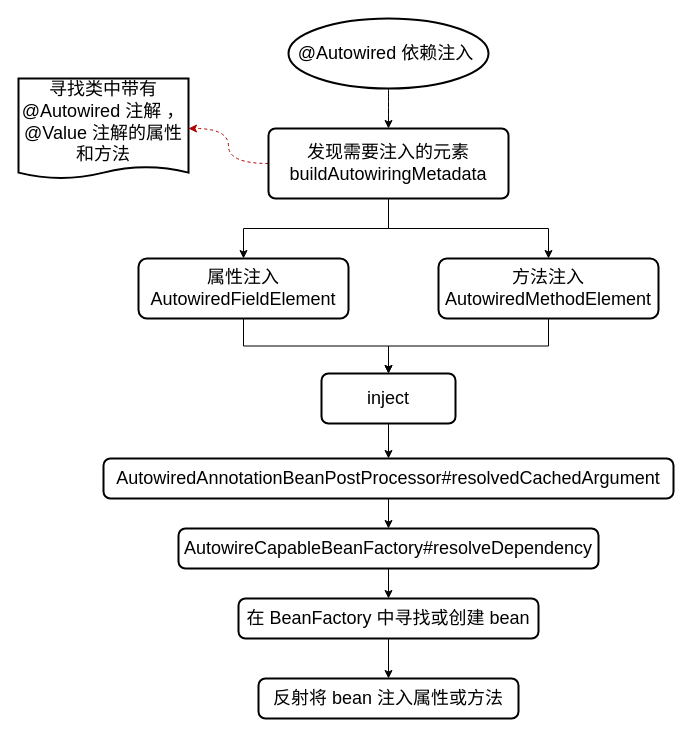
GitHeP/diagrams keeps this draw.io diagram as spring/AutowiredAnnotationBeanPostProcessor依赖注入.drawio. Above is the earlier version. Source tidied: cells renumbered, new cells numbered last; positions are measured from the earlier drawing's top-left corner, leaving out a move shared by most shapes. Both pictures are drawn from the tidied source at 100%, with x=0, y=0 at pixel (18, 18).
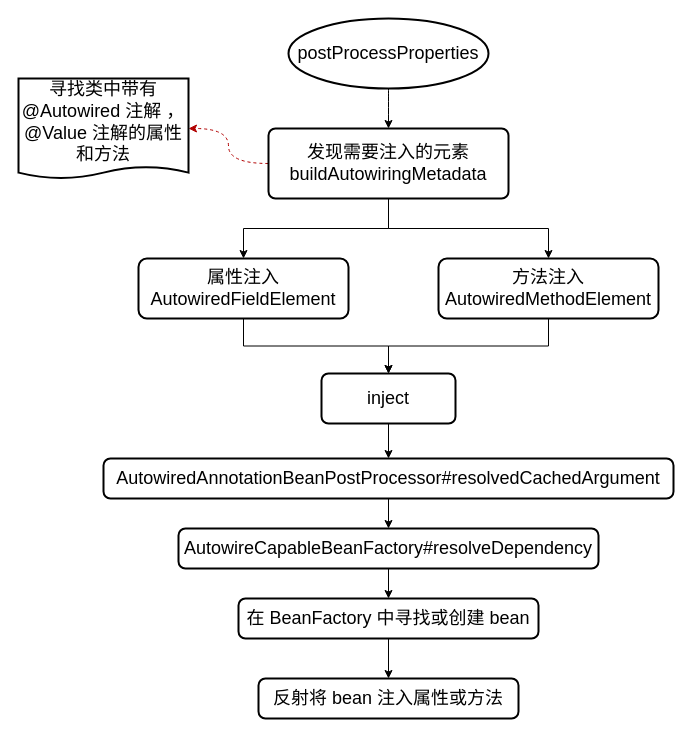
The same page after the edit.

Commit message (it also covers changes not shown here):
更新AutowiredAnnotationBeanPostProcessor依赖注入.drawio

Change to the diagram source:
```diff
@@
-    <mxCell id="3" value="&lt;font style=&quot;font-size: 18px;&quot;&gt;@Autowired 依赖注入&amp;nbsp;&lt;/font&gt;" style="strokeWidth=2;html=1;shape=mxgraph.flowchart.start_1;whiteSpace=wrap;" parent="1" vertex="1">
+    <mxCell id="3" value="&lt;font style=&quot;font-size: 18px;&quot;&gt;postProcessProperties&lt;/font&gt;" style="strokeWidth=2;html=1;shape=mxgraph.flowchart.start_1;whiteSpace=wrap;" parent="1" vertex="1">
       <mxGeometry x="270" width="200" height="70" as="geometry" />
     </mxCell>
```
